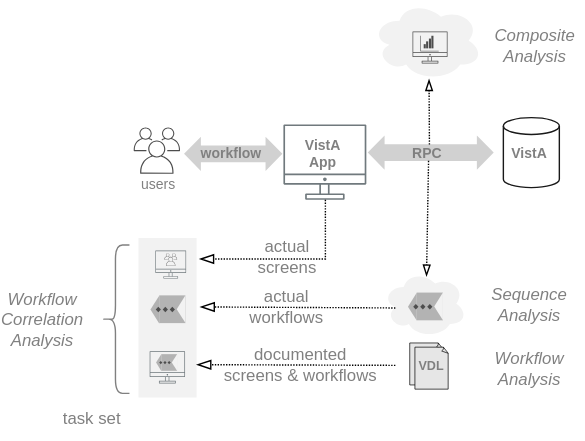
Earlier version of the draw.io export img/analytics-composite.svg (cloudvista/vaa). Source tidied: cells renumbered, new cells last; positions are measured from the earlier drawing's top-left corner, leaving out a move shared by most shapes.
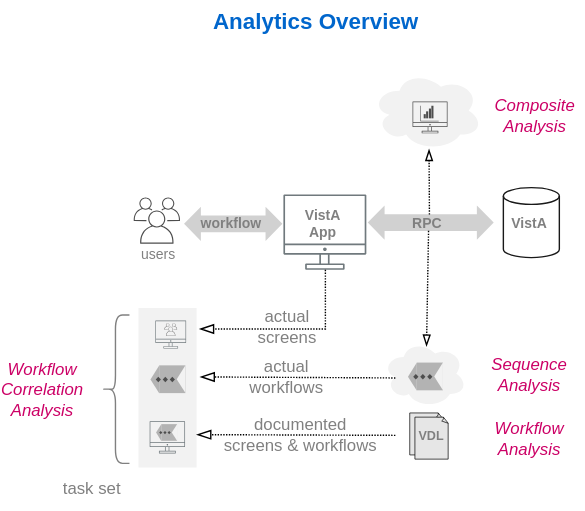
Later version of the same file.

Diff of the diagram source:
```diff
@@ -29,10 +29,10 @@
     <mxCell id="10" value="VistA" style="text;strokeColor=none;align=center;fillColor=none;html=1;verticalAlign=middle;whiteSpace=wrap;rounded=0;fontSize=10;fontStyle=1;fontColor=#808080;" parent="1" vertex="1">
       <mxGeometry x="361.2" y="94.4" width="33.8" height="30" as="geometry" />
     </mxCell>
-    <mxCell id="11" value="&lt;i&gt;Composite&lt;br&gt;Analysis&lt;br&gt;&lt;/i&gt;" style="text;strokeColor=none;align=center;fillColor=none;html=1;verticalAlign=middle;whiteSpace=wrap;rounded=0;fontColor=#808080;" parent="1" vertex="1">
+    <mxCell id="11" value="&lt;i&gt;Composite&lt;br&gt;Analysis&lt;br&gt;&lt;/i&gt;" style="text;strokeColor=none;align=center;fillColor=none;html=1;verticalAlign=middle;whiteSpace=wrap;rounded=0;fontColor=#CC0066;" parent="1" vertex="1">
       <mxGeometry x="346.9" y="17" width="70.2" height="30" as="geometry" />
     </mxCell>
-    <mxCell id="12" value="&lt;i&gt;Workflow&lt;br&gt;Analysis&lt;/i&gt;" style="text;strokeColor=none;align=center;fillColor=none;html=1;verticalAlign=middle;whiteSpace=wrap;rounded=0;fontColor=#808080;" parent="1" vertex="1">
+    <mxCell id="12" value="&lt;i&gt;Workflow&lt;br&gt;Analysis&lt;/i&gt;" style="text;strokeColor=none;align=center;fillColor=none;html=1;verticalAlign=middle;whiteSpace=wrap;rounded=0;fontColor=#CC0066;" parent="1" vertex="1">
       <mxGeometry x="348.1" y="247.5" width="60" height="30" as="geometry" />
     </mxCell>
     <mxCell id="13" style="endArrow=blockThin;html=1;fontSize=10;dashed=1;dashPattern=1 1;endFill=0;startArrow=none;" parent="1" edge="1">
@@ -46,10 +46,10 @@
         <mxPoint x="305.7" y="114.4" as="sourcePoint" />
       </mxGeometry>
     </mxCell>
-    <mxCell id="15" value="&lt;i&gt;Workflow&lt;br&gt;Correlation&lt;br&gt;Analysis&lt;/i&gt;" style="text;strokeColor=none;align=center;fillColor=none;html=1;verticalAlign=middle;whiteSpace=wrap;rounded=0;fontColor=#808080;" parent="1" vertex="1">
+    <mxCell id="15" value="&lt;i&gt;Workflow&lt;br&gt;Correlation&lt;br&gt;Analysis&lt;/i&gt;" style="text;strokeColor=none;align=center;fillColor=none;html=1;verticalAlign=middle;whiteSpace=wrap;rounded=0;fontColor=#CC0066;" parent="1" vertex="1">
       <mxGeometry y="212.5" width="60" height="30" as="geometry" />
     </mxCell>
-    <mxCell id="16" value="&lt;i&gt;Sequence&lt;br&gt;Analysis&lt;/i&gt;" style="text;strokeColor=none;align=center;fillColor=none;html=1;verticalAlign=middle;whiteSpace=wrap;rounded=0;fontColor=#808080;" parent="1" vertex="1">
+    <mxCell id="16" value="&lt;i&gt;Sequence&lt;br&gt;Analysis&lt;/i&gt;" style="text;strokeColor=none;align=center;fillColor=none;html=1;verticalAlign=middle;whiteSpace=wrap;rounded=0;fontColor=#CC0066;" parent="1" vertex="1">
       <mxGeometry x="348.1" y="201.5" width="60" height="30" as="geometry" />
     </mxCell>
     <mxCell id="17" style="edgeStyle=elbowEdgeStyle;elbow=vertical;endArrow=blockThin;html=1;curved=0;rounded=0;endSize=8;startSize=8;dashed=1;dashPattern=1 1;fontSize=10;endFill=0;startArrow=none;startFill=0;" parent="1" edge="1" source="5">
@@ -214,5 +214,8 @@
         <mxPoint x="300" y="36" as="targetPoint" />
       </mxGeometry>
     </mxCell>
+    <mxCell id="63" value="&lt;font color=&quot;#0066cc&quot;&gt;&lt;span style=&quot;font-size: 16px;&quot;&gt;&lt;b&gt;Analytics Overview&lt;/b&gt;&lt;/span&gt;&lt;/font&gt;" style="text;html=1;align=center;verticalAlign=middle;strokeColor=none;fillColor=none;" parent="1" vertex="1">
+      <mxGeometry x="140" y="-50" width="170" height="30" as="geometry" />
+    </mxCell>
   </root>
 </mxGraphModel>
```
